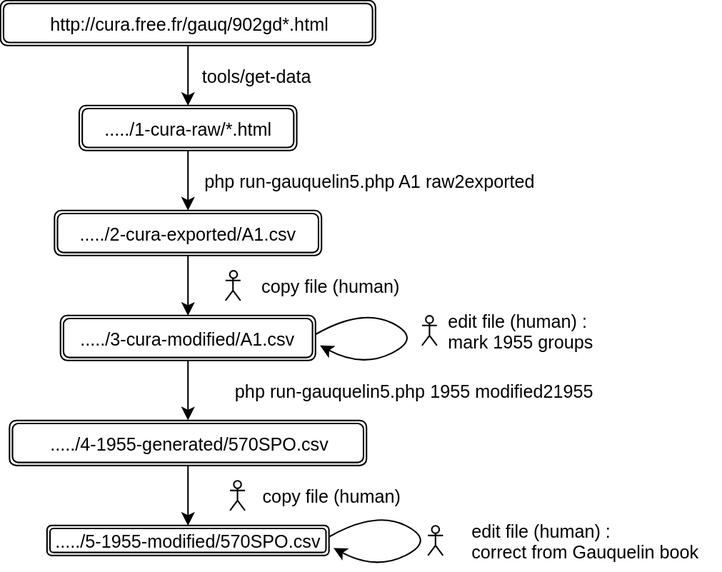
Before: docs/serie-A1-sequence.svg, a diagram exported from draw.io (tig12/g5). Source tidied: cells renumbered, new cells last; positions are measured from the earlier drawing's top-left corner, leaving out a move shared by most shapes.
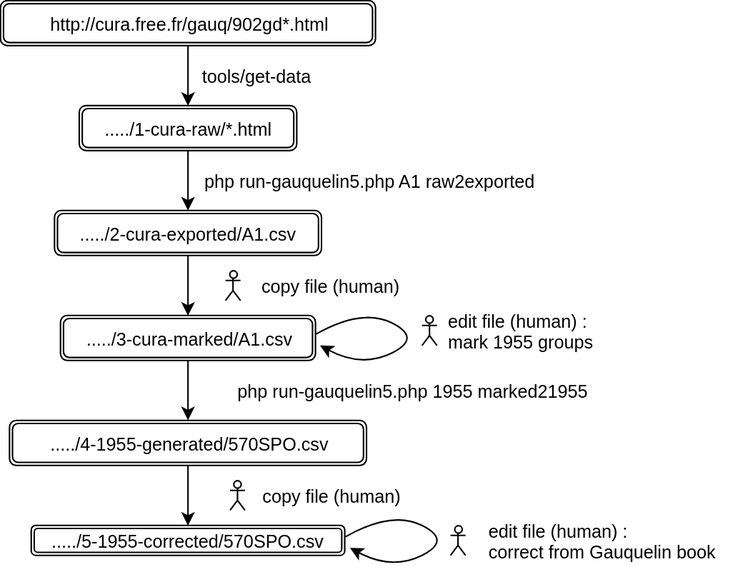
Later version of the same file.

Diff of the diagram source:
```diff
@@ -31,7 +31,7 @@
     <mxCell id="10" style="edgeStyle=orthogonalEdgeStyle;rounded=0;html=1;entryX=0.5;entryY=0;jettySize=auto;" parent="1" edge="1" source="11" target="18">
       <mxGeometry relative="1" as="geometry" />
     </mxCell>
-    <mxCell id="11" value="...../3-cura-modified/A1.csv" style="shape=ext;double=1;rounded=1;whiteSpace=wrap;html=1;" parent="1" vertex="1">
+    <mxCell id="11" value="...../3-cura-marked/A1.csv" style="shape=ext;double=1;rounded=1;whiteSpace=wrap;html=1;" parent="1" vertex="1">
       <mxGeometry x="40" y="210" width="170" height="30" as="geometry" />
     </mxCell>
     <mxCell id="12" style="shape=umlActor;verticalLabelPosition=bottom;labelBackgroundColor=#ffffff;verticalAlign=top;html=1;" parent="1" vertex="1">
@@ -63,7 +63,7 @@
     <mxCell id="18" value="...../4-1955-generated/570SPO.csv" style="shape=ext;double=1;rounded=1;whiteSpace=wrap;html=1;" parent="1" vertex="1">
       <mxGeometry x="6" y="280" width="238" height="30" as="geometry" />
     </mxCell>
-    <mxCell id="19" value="php run-gauquelin5.php 1955 modified21955" style="text;html=1;strokeColor=none;fillColor=none;align=center;verticalAlign=middle;whiteSpace=wrap;rounded=0;" parent="1" vertex="1">
+    <mxCell id="19" value="php run-gauquelin5.php 1955 marked21955" style="text;html=1;strokeColor=none;fillColor=none;align=center;verticalAlign=middle;whiteSpace=wrap;rounded=0;" parent="1" vertex="1">
       <mxGeometry x="140" y="250" width="270" height="20" as="geometry" />
     </mxCell>
     <mxCell id="20" value="copy file (human)" style="text;html=1;strokeColor=none;fillColor=none;align=center;verticalAlign=middle;whiteSpace=wrap;rounded=0;" parent="1" vertex="1">
@@ -72,25 +72,25 @@
     <mxCell id="21" style="shape=umlActor;verticalLabelPosition=bottom;labelBackgroundColor=#ffffff;verticalAlign=top;html=1;" parent="1" vertex="1">
       <mxGeometry x="153" y="320" width="10" height="20" as="geometry" />
     </mxCell>
-    <mxCell id="22" value="...../5-1955-modified/570SPO.csv" style="shape=ext;double=1;rounded=1;whiteSpace=wrap;html=1;" parent="1" vertex="1">
-      <mxGeometry x="31" y="350" width="188" height="20" as="geometry" />
+    <mxCell id="22" value="...../5-1955-corrected/570SPO.csv" style="shape=ext;double=1;rounded=1;whiteSpace=wrap;html=1;" parent="1" vertex="1">
+      <mxGeometry x="20.5" y="350" width="209" height="20" as="geometry" />
     </mxCell>
     <mxCell id="23" style="curved=1;endArrow=classic;html=1;exitX=1;exitY=0.25;" parent="1" edge="1">
       <mxGeometry relative="1" as="geometry">
-        <mxPoint x="219" y="357.6" as="sourcePoint" />
-        <mxPoint x="222" y="365" as="targetPoint" />
+        <mxPoint x="230" y="357.6" as="sourcePoint" />
+        <mxPoint x="233" y="365" as="targetPoint" />
         <Array as="points">
-          <mxPoint x="250" y="340" />
-          <mxPoint x="290" y="360" />
-          <mxPoint x="250" y="380" />
+          <mxPoint x="261" y="340" />
+          <mxPoint x="301" y="360" />
+          <mxPoint x="261" y="380" />
         </Array>
       </mxGeometry>
     </mxCell>
     <mxCell id="24" value="&lt;div style=&quot;text-align: left&quot;&gt;&lt;span&gt;edit file (human) :&lt;/span&gt;&lt;/div&gt;&lt;div style=&quot;text-align: left&quot;&gt;&lt;span&gt;correct from Gauquelin book&lt;/span&gt;&lt;/div&gt;" style="text;html=1;strokeColor=none;fillColor=none;align=center;verticalAlign=middle;whiteSpace=wrap;rounded=0;" parent="1" vertex="1">
-      <mxGeometry x="300" y="340" width="180" height="40" as="geometry" />
+      <mxGeometry x="311" y="340" width="180" height="40" as="geometry" />
     </mxCell>
     <mxCell id="25" style="shape=umlActor;verticalLabelPosition=bottom;labelBackgroundColor=#ffffff;verticalAlign=top;html=1;" parent="1" vertex="1">
-      <mxGeometry x="285" y="350" width="10" height="20" as="geometry" />
+      <mxGeometry x="300" y="350" width="10" height="20" as="geometry" />
     </mxCell>
   </root>
 </mxGraphModel>
```
